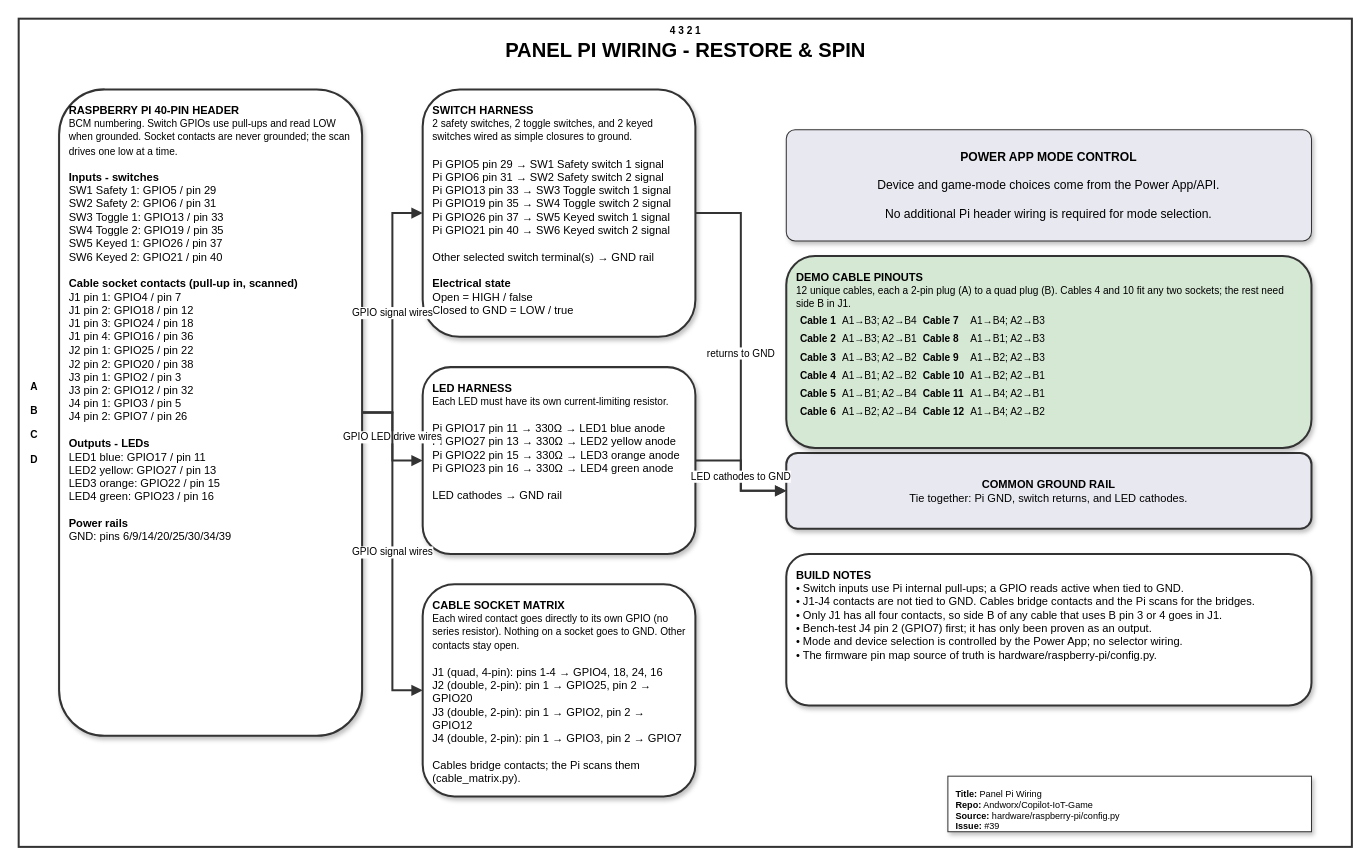
This is hardware/raspberry-pi/panel-pi-wiring.drawio from Andworx/Copilot-IoT-Game, a draw.io file, before an edit. Source tidied: cells renumbered, new cells numbered last; positions are measured from the earlier drawing's top-left corner, leaving out a move shared by most shapes. Both pictures are drawn from the tidied source at 101%, with x=0, y=0 at pixel (18, 18).
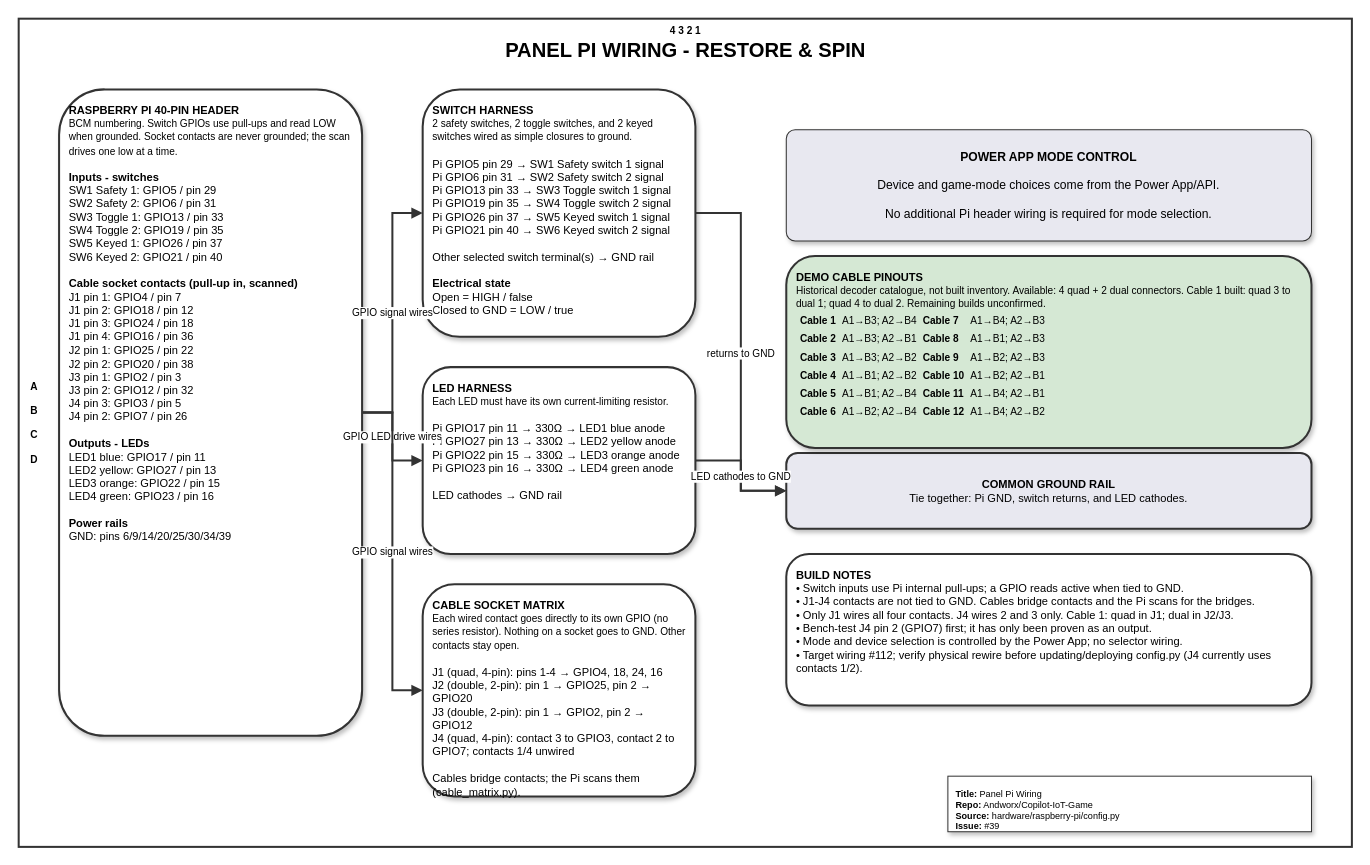
Above is the later version.

Commit message (it also covers changes not shown here):
feat(pi): start mode lamp patterns and cable wiring update

What changed in the source:
```diff
@@
-    <mxCell id="6" value="&lt;b&gt;RASPBERRY PI 40-PIN HEADER&lt;/b&gt;&lt;br&gt;&lt;font style=&quot;font-size: 10px&quot;&gt;BCM numbering. Switch GPIOs use pull-ups and read LOW when grounded. Socket contacts are never grounded; the scan drives one low at a time.&lt;/font&gt;&lt;br&gt;&lt;br&gt;&lt;b&gt;Inputs - switches&lt;/b&gt;&lt;br&gt;SW1 Safety 1: GPIO5 / pin 29&lt;br&gt;SW2 Safety 2: GPIO6 / pin 31&lt;br&gt;SW3 Toggle 1: GPIO13 / pin 33&lt;br&gt;SW4 Toggle 2: GPIO19 / pin 35&lt;br&gt;SW5 Keyed 1: GPIO26 / pin 37&lt;br&gt;SW6 Keyed 2: GPIO21 / pin 40&lt;br&gt;&lt;br&gt;&lt;b&gt;Cable socket contacts (pull-up in, scanned)&lt;/b&gt;&lt;br&gt;J1 pin 1: GPIO4 / pin 7&lt;br&gt;J1 pin 2: GPIO18 / pin 12&lt;br&gt;J1 pin 3: GPIO24 / pin 18&lt;br&gt;J1 pin 4: GPIO16 / pin 36&lt;br&gt;J2 pin 1: GPIO25 / pin 22&lt;br&gt;J2 pin 2: GPIO20 / pin 38&lt;br&gt;J3 pin 1: GPIO2 / pin 3&lt;br&gt;J3 pin 2: GPIO12 / pin 32&lt;br&gt;J4 pin 1: GPIO3 / pin 5&lt;br&gt;J4 pin 2: GPIO7 / pin 26&lt;br&gt;&lt;br&gt;&lt;b&gt;Outputs - LEDs&lt;/b&gt;&lt;br&gt;LED1 blue: GPIO17 / pin 11&lt;br&gt;LED2 yellow: GPIO27 / pin 13&lt;br&gt;LED3 orange: GPIO22 / pin 15&lt;br&gt;LED4 green: GPIO23 / pin 16&lt;br&gt;&lt;br&gt;&lt;b&gt;Power rails&lt;/b&gt;&lt;br&gt;GND: pins 6/9/14/20/25/30/34/39" style="rounded=1;shadow=1;strokeColor=#333333;fillColor=#FFFFFF;strokeWidth=2;fontSize=11;fontFamily=Helvetica;align=left;verticalAlign=top;spacing=10;whiteSpace=wrap;html=1;" parent="1" vertex="1">
+    <mxCell id="6" value="&lt;b&gt;RASPBERRY PI 40-PIN HEADER&lt;/b&gt;&lt;br&gt;&lt;font style=&quot;font-size: 10px&quot;&gt;BCM numbering. Switch GPIOs use pull-ups and read LOW when grounded. Socket contacts are never grounded; the scan drives one low at a time.&lt;/font&gt;&lt;br&gt;&lt;br&gt;&lt;b&gt;Inputs - switches&lt;/b&gt;&lt;br&gt;SW1 Safety 1: GPIO5 / pin 29&lt;br&gt;SW2 Safety 2: GPIO6 / pin 31&lt;br&gt;SW3 Toggle 1: GPIO13 / pin 33&lt;br&gt;SW4 Toggle 2: GPIO19 / pin 35&lt;br&gt;SW5 Keyed 1: GPIO26 / pin 37&lt;br&gt;SW6 Keyed 2: GPIO21 / pin 40&lt;br&gt;&lt;br&gt;&lt;b&gt;Cable socket contacts (pull-up in, scanned)&lt;/b&gt;&lt;br&gt;J1 pin 1: GPIO4 / pin 7&lt;br&gt;J1 pin 2: GPIO18 / pin 12&lt;br&gt;J1 pin 3: GPIO24 / pin 18&lt;br&gt;J1 pin 4: GPIO16 / pin 36&lt;br&gt;J2 pin 1: GPIO25 / pin 22&lt;br&gt;J2 pin 2: GPIO20 / pin 38&lt;br&gt;J3 pin 1: GPIO2 / pin 3&lt;br&gt;J3 pin 2: GPIO12 / pin 32&lt;br&gt;J4 pin 3: GPIO3 / pin 5&lt;br&gt;J4 pin 2: GPIO7 / pin 26&lt;br&gt;&lt;br&gt;&lt;b&gt;Outputs - LEDs&lt;/b&gt;&lt;br&gt;LED1 blue: GPIO17 / pin 11&lt;br&gt;LED2 yellow: GPIO27 / pin 13&lt;br&gt;LED3 orange: GPIO22 / pin 15&lt;br&gt;LED4 green: GPIO23 / pin 16&lt;br&gt;&lt;br&gt;&lt;b&gt;Power rails&lt;/b&gt;&lt;br&gt;GND: pins 6/9/14/20/25/30/34/39" style="rounded=1;shadow=1;strokeColor=#333333;fillColor=#FFFFFF;strokeWidth=2;fontSize=11;fontFamily=Helvetica;align=left;verticalAlign=top;spacing=10;whiteSpace=wrap;html=1;" parent="1" vertex="1">
       <mxGeometry x="40" y="70" width="300" height="640" as="geometry" />
     </mxCell>
@@
-    <mxCell id="9" value="&lt;b&gt;CABLE SOCKET MATRIX&lt;/b&gt;&lt;br&gt;&lt;font style=&quot;font-size: 10px&quot;&gt;Each wired contact goes directly to its own GPIO (no series resistor). Nothing on a socket goes to GND. Other contacts stay open.&lt;/font&gt;&lt;br&gt;&lt;br&gt;J1 (quad, 4-pin): pins 1-4 → GPIO4, 18, 24, 16&lt;br&gt;J2 (double, 2-pin): pin 1 → GPIO25, pin 2 → GPIO20&lt;br&gt;J3 (double, 2-pin): pin 1 → GPIO2, pin 2 → GPIO12&lt;br&gt;J4 (double, 2-pin): pin 1 → GPIO3, pin 2 → GPIO7&lt;br&gt;&lt;br&gt;Cables bridge contacts; the Pi scans them (cable_matrix.py)." style="rounded=1;shadow=1;strokeColor=#333333;fillColor=#FFFFFF;strokeWidth=2;fontSize=11;fontFamily=Helvetica;align=left;verticalAlign=top;spacing=10;whiteSpace=wrap;html=1;" parent="1" vertex="1">
+    <mxCell id="9" value="&lt;b&gt;CABLE SOCKET MATRIX&lt;/b&gt;&lt;br&gt;&lt;font style=&quot;font-size: 10px&quot;&gt;Each wired contact goes directly to its own GPIO (no series resistor). Nothing on a socket goes to GND. Other contacts stay open.&lt;/font&gt;&lt;br&gt;&lt;br&gt;J1 (quad, 4-pin): pins 1-4 → GPIO4, 18, 24, 16&lt;br&gt;J2 (double, 2-pin): pin 1 → GPIO25, pin 2 → GPIO20&lt;br&gt;J3 (double, 2-pin): pin 1 → GPIO2, pin 2 → GPIO12&lt;br&gt;J4 (quad, 4-pin): contact 3 to GPIO3, contact 2 to GPIO7; contacts 1/4 unwired&lt;br&gt;&lt;br&gt;Cables bridge contacts; the Pi scans them (cable_matrix.py)." style="rounded=1;shadow=1;strokeColor=#333333;fillColor=#FFFFFF;strokeWidth=2;fontSize=11;fontFamily=Helvetica;align=left;verticalAlign=top;spacing=10;whiteSpace=wrap;html=1;" parent="1" vertex="1">
       <mxGeometry x="400" y="560" width="270" height="210" as="geometry" />
     </mxCell>
@@
-    <mxCell id="11" value="&lt;b&gt;DEMO CABLE PINOUTS&lt;/b&gt;&lt;br&gt;&lt;font style=&quot;font-size: 10px&quot;&gt;12 unique cables, each a 2-pin plug (A) to a quad plug (B). Cables 4 and 10 fit any two sockets; the rest need side B in J1.&lt;/font&gt;&lt;br&gt;&lt;table cellpadding=&quot;2&quot; style=&quot;font-size: 10px&quot;&gt;&lt;tr&gt;&lt;td&gt;&lt;b&gt;Cable 1&lt;/b&gt;&lt;/td&gt;&lt;td&gt;A1→B3; A2→B4&lt;/td&gt;&lt;td&gt;&lt;b&gt;Cable 7&lt;/b&gt;&lt;/td&gt;&lt;td&gt;A1→B4; A2→B3&lt;/td&gt;&lt;/tr&gt;&lt;tr&gt;&lt;td&gt;&lt;b&gt;Cable 2&lt;/b&gt;&lt;/td&gt;&lt;td&gt;A1→B3; A2→B1&lt;/td&gt;&lt;td&gt;&lt;b&gt;Cable 8&lt;/b&gt;&lt;/td&gt;&lt;td&gt;A1→B1; A2→B3&lt;/td&gt;&lt;/tr&gt;&lt;tr&gt;&lt;td&gt;&lt;b&gt;Cable 3&lt;/b&gt;&lt;/td&gt;&lt;td&gt;A1→B3; A2→B2&lt;/td&gt;&lt;td&gt;&lt;b&gt;Cable 9&lt;/b&gt;&lt;/td&gt;&lt;td&gt;A1→B2; A2→B3&lt;/td&gt;&lt;/tr&gt;&lt;tr&gt;&lt;td&gt;&lt;b&gt;Cable 4&lt;/b&gt;&lt;/td&gt;&lt;td&gt;A1→B1; A2→B2&lt;/td&gt;&lt;td&gt;&lt;b&gt;Cable 10&lt;/b&gt;&lt;/td&gt;&lt;td&gt;A1→B2; A2→B1&lt;/td&gt;&lt;/tr&gt;&lt;tr&gt;&lt;td&gt;&lt;b&gt;Cable 5&lt;/b&gt;&lt;/td&gt;&lt;td&gt;A1→B1; A2→B4&lt;/td&gt;&lt;td&gt;&lt;b&gt;Cable 11&lt;/b&gt;&lt;/td&gt;&lt;td&gt;A1→B4; A2→B1&lt;/td&gt;&lt;/tr&gt;&lt;tr&gt;&lt;td&gt;&lt;b&gt;Cable 6&lt;/b&gt;&lt;/td&gt;&lt;td&gt;A1→B2; A2→B4&lt;/td&gt;&lt;td&gt;&lt;b&gt;Cable 12&lt;/b&gt;&lt;/td&gt;&lt;td&gt;A1→B4; A2→B2&lt;/td&gt;&lt;/tr&gt;&lt;/table&gt;" style="rounded=1;shadow=1;strokeColor=#333333;fillColor=#D5E8D4;strokeWidth=2;fontSize=11;fontFamily=Helvetica;align=left;verticalAlign=top;spacing=10;whiteSpace=wrap;html=1;" parent="1" vertex="1">
+    <mxCell id="11" value="&lt;b&gt;DEMO CABLE PINOUTS&lt;/b&gt;&lt;br&gt;&lt;font style=&quot;font-size: 10px&quot;&gt;Historical decoder catalogue, not built inventory. Available: 4 quad + 2 dual connectors. Cable 1 built: quad 3 to dual 1; quad 4 to dual 2. Remaining builds unconfirmed.&lt;/font&gt;&lt;br&gt;&lt;table cellpadding=&quot;2&quot; style=&quot;font-size: 10px&quot;&gt;&lt;tr&gt;&lt;td&gt;&lt;b&gt;Cable 1&lt;/b&gt;&lt;/td&gt;&lt;td&gt;A1→B3; A2→B4&lt;/td&gt;&lt;td&gt;&lt;b&gt;Cable 7&lt;/b&gt;&lt;/td&gt;&lt;td&gt;A1→B4; A2→B3&lt;/td&gt;&lt;/tr&gt;&lt;tr&gt;&lt;td&gt;&lt;b&gt;Cable 2&lt;/b&gt;&lt;/td&gt;&lt;td&gt;A1→B3; A2→B1&lt;/td&gt;&lt;td&gt;&lt;b&gt;Cable 8&lt;/b&gt;&lt;/td&gt;&lt;td&gt;A1→B1; A2→B3&lt;/td&gt;&lt;/tr&gt;&lt;tr&gt;&lt;td&gt;&lt;b&gt;Cable 3&lt;/b&gt;&lt;/td&gt;&lt;td&gt;A1→B3; A2→B2&lt;/td&gt;&lt;td&gt;&lt;b&gt;Cable 9&lt;/b&gt;&lt;/td&gt;&lt;td&gt;A1→B2; A2→B3&lt;/td&gt;&lt;/tr&gt;&lt;tr&gt;&lt;td&gt;&lt;b&gt;Cable 4&lt;/b&gt;&lt;/td&gt;&lt;td&gt;A1→B1; A2→B2&lt;/td&gt;&lt;td&gt;&lt;b&gt;Cable 10&lt;/b&gt;&lt;/td&gt;&lt;td&gt;A1→B2; A2→B1&lt;/td&gt;&lt;/tr&gt;&lt;tr&gt;&lt;td&gt;&lt;b&gt;Cable 5&lt;/b&gt;&lt;/td&gt;&lt;td&gt;A1→B1; A2→B4&lt;/td&gt;&lt;td&gt;&lt;b&gt;Cable 11&lt;/b&gt;&lt;/td&gt;&lt;td&gt;A1→B4; A2→B1&lt;/td&gt;&lt;/tr&gt;&lt;tr&gt;&lt;td&gt;&lt;b&gt;Cable 6&lt;/b&gt;&lt;/td&gt;&lt;td&gt;A1→B2; A2→B4&lt;/td&gt;&lt;td&gt;&lt;b&gt;Cable 12&lt;/b&gt;&lt;/td&gt;&lt;td&gt;A1→B4; A2→B2&lt;/td&gt;&lt;/tr&gt;&lt;/table&gt;" style="rounded=1;shadow=1;strokeColor=#333333;fillColor=#D5E8D4;strokeWidth=2;fontSize=11;fontFamily=Helvetica;align=left;verticalAlign=top;spacing=10;whiteSpace=wrap;html=1;" parent="1" vertex="1">
       <mxGeometry x="760" y="235" width="520" height="190" as="geometry" />
     </mxCell>
-    <mxCell id="12" value="&lt;b&gt;BUILD NOTES&lt;/b&gt;&lt;br&gt;• Switch inputs use Pi internal pull-ups; a GPIO reads active when tied to GND.&lt;br&gt;• J1-J4 contacts are not tied to GND. Cables bridge contacts and the Pi scans for the bridges.&lt;br&gt;• Only J1 has all four contacts, so side B of any cable that uses B pin 3 or 4 goes in J1.&lt;br&gt;• Bench-test J4 pin 2 (GPIO7) first; it has only been proven as an output.&lt;br&gt;• Mode and device selection is controlled by the Power App; no selector wiring.&lt;br&gt;• The firmware pin map source of truth is hardware/raspberry-pi/config.py." style="rounded=1;shadow=1;strokeColor=#333333;fillColor=#FFFFFF;strokeWidth=2;fontSize=11;fontFamily=Helvetica;align=left;verticalAlign=top;spacing=10;whiteSpace=wrap;html=1;" parent="1" vertex="1">
+    <mxCell id="12" value="&lt;b&gt;BUILD NOTES&lt;/b&gt;&lt;br&gt;• Switch inputs use Pi internal pull-ups; a GPIO reads active when tied to GND.&lt;br&gt;• J1-J4 contacts are not tied to GND. Cables bridge contacts and the Pi scans for the bridges.&lt;br&gt;• Only J1 wires all four contacts. J4 wires 2 and 3 only. Cable 1: quad in J1; dual in J2/J3.&lt;br&gt;• Bench-test J4 pin 2 (GPIO7) first; it has only been proven as an output.&lt;br&gt;• Mode and device selection is controlled by the Power App; no selector wiring.&lt;br&gt;• Target wiring #112; verify physical rewire before updating/deploying config.py (J4 currently uses contacts 1/2)." style="rounded=1;shadow=1;strokeColor=#333333;fillColor=#FFFFFF;strokeWidth=2;fontSize=11;fontFamily=Helvetica;align=left;verticalAlign=top;spacing=10;whiteSpace=wrap;html=1;" parent="1" vertex="1">
       <mxGeometry x="760" y="530" width="520" height="150" as="geometry" />
     </mxCell>
```
